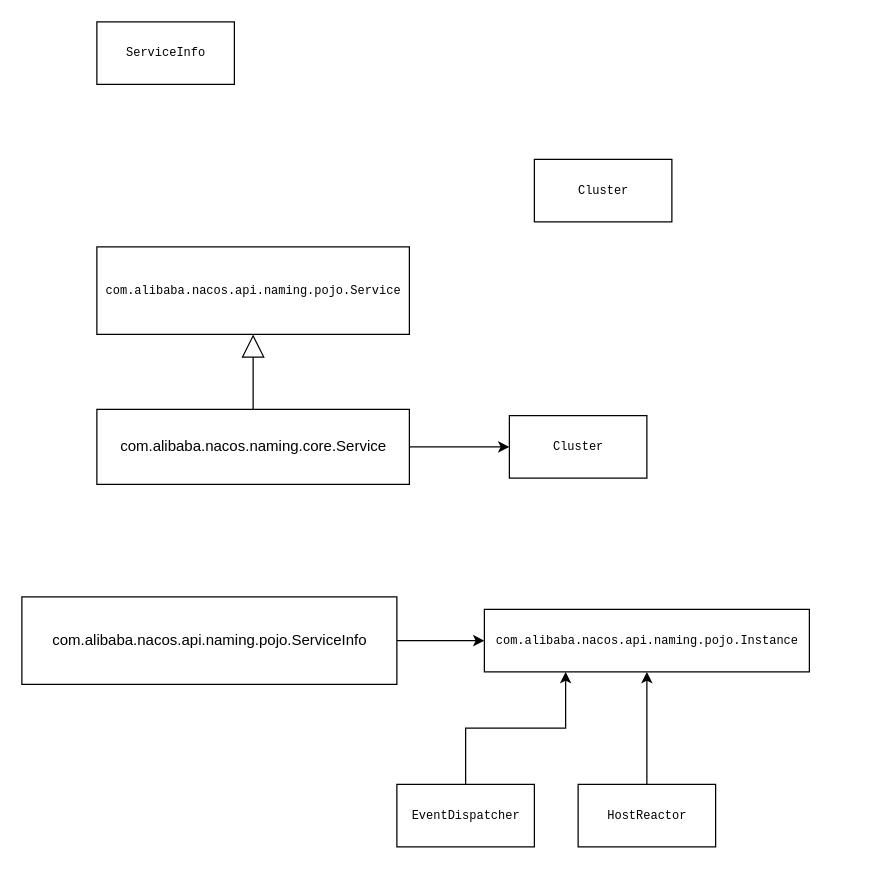
Earlier version of the draw.io diagram nacos.drawio (hellojd2018/ms_document). Source tidied: cells renumbered, new cells numbered last; positions are measured from the earlier drawing's top-left corner, leaving out a move shared by most shapes. Both pictures are drawn from the tidied source at 125%, with x=0, y=0 at pixel (21, 21).
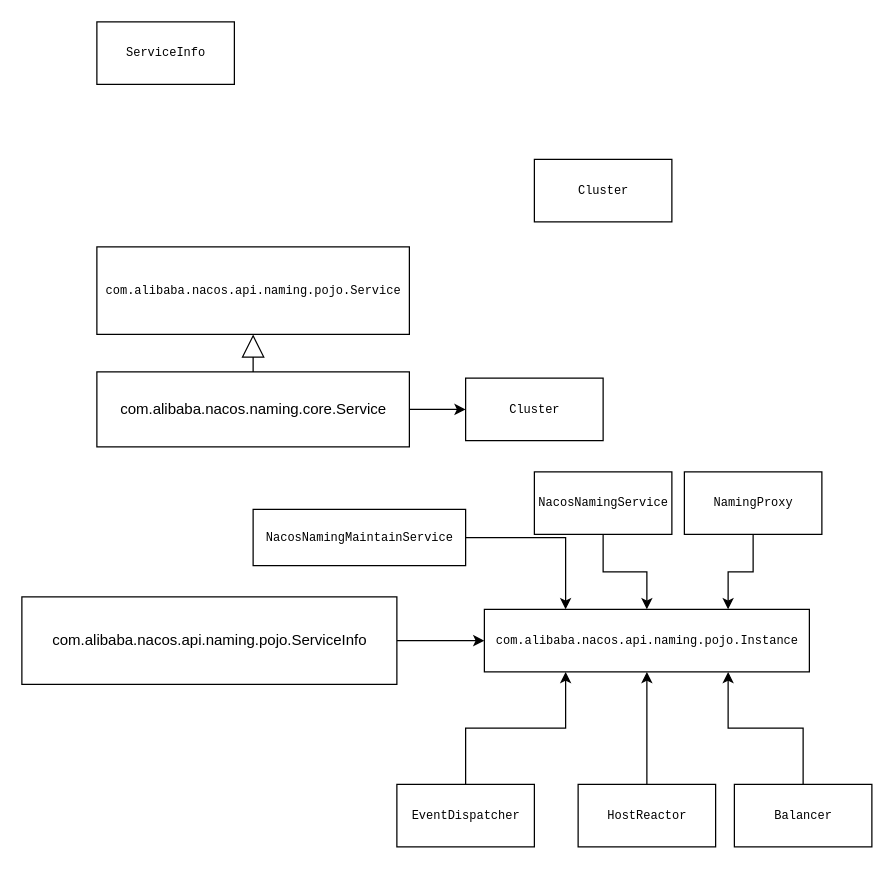
The same page after the edit.

Unchanged cells that the change refers to:
```xml
<mxCell id="3" value="&lt;pre style=&quot;background-color: rgb(255 , 255 , 255) ; font-size: 7.2pt&quot;&gt;&lt;span style=&quot;font-size: 7.2pt ; white-space: nowrap&quot;&gt;com.alibaba.nacos.api.naming.pojo.Instance&lt;/span&gt;&lt;/pre&gt;" style="html=1;" parent="1" vertex="1">
  <mxGeometry x="370" y="470" width="260" height="50" as="geometry" />
</mxCell>
```

What changed in the source:
```diff
@@
     <mxCell id="7" value="com.alibaba.nacos.naming.core.Service" style="html=1;" parent="1" vertex="1">
-      <mxGeometry x="60" y="310" width="250" height="60" as="geometry" />
+      <mxGeometry x="60" y="280" width="250" height="60" as="geometry" />
     </mxCell>
@@
     <mxCell id="9" value="&lt;pre style=&quot;background-color: rgb(255 , 255 , 255) ; font-size: 7.2pt&quot;&gt;Cluster&lt;/pre&gt;" style="html=1;" parent="1" vertex="1">
-      <mxGeometry x="390" y="315" width="110" height="50" as="geometry" />
+      <mxGeometry x="355" y="285" width="110" height="50" as="geometry" />
     </mxCell>
@@
+    <mxCell id="16" style="edgeStyle=orthogonalEdgeStyle;rounded=0;jettySize=auto;html=1;exitX=0.5;exitY=0;exitDx=0;exitDy=0;entryX=0.75;entryY=1;entryDx=0;entryDy=0;" parent="1" edge="1" source="17" target="3">
+      <mxGeometry relative="1" as="geometry" />
+    </mxCell>
+    <mxCell id="17" value="&lt;pre style=&quot;background-color: rgb(255 , 255 , 255) ; font-size: 7.2pt&quot;&gt;Balancer&lt;/pre&gt;" style="html=1;" parent="1" vertex="1">
+      <mxGeometry x="570" y="610" width="110" height="50" as="geometry" />
+    </mxCell>
+    <mxCell id="18" style="edgeStyle=orthogonalEdgeStyle;rounded=0;jettySize=auto;html=1;entryX=0.75;entryY=0;entryDx=0;entryDy=0;" parent="1" edge="1" source="19" target="3">
+      <mxGeometry relative="1" as="geometry" />
+    </mxCell>
+    <mxCell id="19" value="&lt;pre style=&quot;background-color: rgb(255 , 255 , 255) ; font-size: 7.2pt&quot;&gt;NamingProxy&lt;/pre&gt;" style="html=1;" parent="1" vertex="1">
+      <mxGeometry x="530" y="360" width="110" height="50" as="geometry" />
+    </mxCell>
+    <mxCell id="20" style="edgeStyle=orthogonalEdgeStyle;rounded=0;jettySize=auto;html=1;exitX=0.5;exitY=1;exitDx=0;exitDy=0;" parent="1" edge="1" source="21" target="3">
+      <mxGeometry relative="1" as="geometry" />
+    </mxCell>
+    <mxCell id="21" value="&lt;pre style=&quot;background-color: rgb(255 , 255 , 255) ; font-size: 7.2pt&quot;&gt;NacosNamingService&lt;/pre&gt;" style="html=1;" parent="1" vertex="1">
+      <mxGeometry x="410" y="360" width="110" height="50" as="geometry" />
+    </mxCell>
+    <mxCell id="22" style="edgeStyle=orthogonalEdgeStyle;rounded=0;jettySize=auto;html=1;entryX=0.25;entryY=0;entryDx=0;entryDy=0;" parent="1" edge="1" source="23" target="3">
+      <mxGeometry relative="1" as="geometry" />
+    </mxCell>
+    <mxCell id="23" value="&lt;pre style=&quot;background-color: rgb(255 , 255 , 255) ; font-size: 7.2pt&quot;&gt;NacosNamingMaintainService&lt;/pre&gt;" style="html=1;" parent="1" vertex="1">
+      <mxGeometry x="185" y="390" width="170" height="45" as="geometry" />
+    </mxCell>
```
